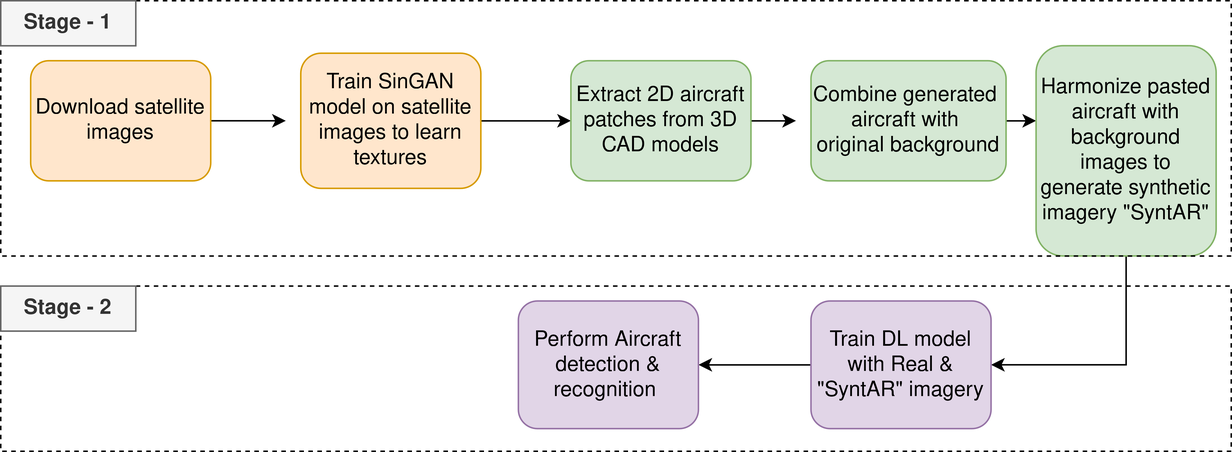
Faryalaurooj/Super-Resolution-using-Single-Image-GAN keeps this draw.io diagram as flowdiagram synthetic updated3.png. Above is the earlier version. Source tidied: cells renumbered, new cells last; positions are measured from the earlier drawing's top-left corner, leaving out a move shared by most shapes. Its diagram source:
```xml
<mxGraphModel>
  <root>
    <mxCell id="0" />
    <mxCell id="1" parent="0" />
    <mxCell id="2" style="group;" parent="1" vertex="1">
      <mxGeometry width="820" height="300" as="geometry" />
    </mxCell>
    <mxCell id="3" style="edgeStyle=orthogonalEdgeStyle;rounded=0;jettySize=auto;html=1;exitX=1;exitY=0.5;exitDx=0;exitDy=0;" parent="2" edge="1" source="4">
      <mxGeometry relative="1" as="geometry">
        <mxPoint x="190" y="80" as="targetPoint" />
      </mxGeometry>
    </mxCell>
    <mxCell id="4" value="&lt;font style=&quot;font-size: 14px;&quot;&gt;Download satellite images &lt;/font&gt;" style="rounded=1;whiteSpace=wrap;html=1;fillColor=#ffe6cc;strokeColor=#d79b00;" parent="2" vertex="1">
      <mxGeometry x="20" y="40" width="120" height="80" as="geometry" />
    </mxCell>
    <mxCell id="5" style="edgeStyle=orthogonalEdgeStyle;rounded=0;jettySize=auto;html=1;exitX=1;exitY=0.5;exitDx=0;exitDy=0;entryX=0;entryY=0.5;entryDx=0;entryDy=0;" parent="2" edge="1" source="6" target="8">
      <mxGeometry relative="1" as="geometry" />
    </mxCell>
    <mxCell id="6" value="&lt;font style=&quot;font-size: 14px;&quot;&gt;Train SinGAN model on satellite images to learn textures&lt;/font&gt;" style="rounded=1;whiteSpace=wrap;html=1;fillColor=#ffe6cc;strokeColor=#d79b00;" parent="2" vertex="1">
      <mxGeometry x="200" y="35" width="120" height="90" as="geometry" />
    </mxCell>
    <mxCell id="7" style="edgeStyle=orthogonalEdgeStyle;rounded=0;jettySize=auto;html=1;exitX=1;exitY=0.5;exitDx=0;exitDy=0;" parent="2" edge="1" source="8">
      <mxGeometry relative="1" as="geometry">
        <mxPoint x="530" y="80" as="targetPoint" />
        <Array as="points">
          <mxPoint x="530" y="80" />
          <mxPoint x="530" y="80" />
        </Array>
      </mxGeometry>
    </mxCell>
    <mxCell id="8" value="&lt;font style=&quot;font-size: 14px;&quot;&gt;Extract 2D aircraft patches from 3D CAD models &lt;/font&gt;" style="rounded=1;whiteSpace=wrap;html=1;fillColor=#d5e8d4;strokeColor=#82b366;" parent="2" vertex="1">
      <mxGeometry x="380" y="40" width="120" height="80" as="geometry" />
    </mxCell>
    <mxCell id="9" style="edgeStyle=orthogonalEdgeStyle;rounded=0;jettySize=auto;html=1;exitX=1;exitY=0.5;exitDx=0;exitDy=0;" parent="2" edge="1" source="10">
      <mxGeometry relative="1" as="geometry">
        <mxPoint x="690" y="80" as="targetPoint" />
      </mxGeometry>
    </mxCell>
    <mxCell id="10" value="&lt;div&gt;&lt;font style=&quot;font-size: 14px;&quot;&gt;Combine generated&amp;nbsp;&lt;/font&gt;&lt;/div&gt;&lt;div&gt;&lt;font style=&quot;font-size: 14px;&quot;&gt;aircraft with&amp;nbsp; &lt;br&gt;&lt;/font&gt;&lt;/div&gt;&lt;div&gt;&lt;font style=&quot;font-size: 14px;&quot;&gt;original background&lt;/font&gt;&lt;/div&gt;" style="rounded=1;whiteSpace=wrap;html=1;fillColor=#d5e8d4;strokeColor=#82b366;" parent="2" vertex="1">
      <mxGeometry x="540" y="40" width="130" height="80" as="geometry" />
    </mxCell>
    <mxCell id="11" style="edgeStyle=orthogonalEdgeStyle;rounded=0;jettySize=auto;html=1;exitX=0.5;exitY=1;exitDx=0;exitDy=0;entryX=1;entryY=0.5;entryDx=0;entryDy=0;" parent="2" edge="1" source="12" target="14">
      <mxGeometry relative="1" as="geometry" />
    </mxCell>
    <mxCell id="12" value="&lt;font style=&quot;font-size: 14px;&quot;&gt;Harmonize pasted aircraft with&lt;br&gt;background images to generate synthetic imagery &quot;SyntAR&quot;&lt;/font&gt;" style="rounded=1;whiteSpace=wrap;html=1;fillColor=#d5e8d4;strokeColor=#82b366;" parent="2" vertex="1">
      <mxGeometry x="690" y="30" width="120" height="140" as="geometry" />
    </mxCell>
    <mxCell id="13" style="edgeStyle=orthogonalEdgeStyle;rounded=0;jettySize=auto;html=1;exitX=0;exitY=0.5;exitDx=0;exitDy=0;entryX=1;entryY=0.5;entryDx=0;entryDy=0;" parent="2" edge="1" source="14" target="15">
      <mxGeometry relative="1" as="geometry" />
    </mxCell>
    <mxCell id="14" value="&lt;font style=&quot;font-size: 14px;&quot;&gt;Train DL model with Real &amp;amp; &quot;SyntAR&quot; imagery &lt;br&gt;&lt;/font&gt;" style="rounded=1;whiteSpace=wrap;html=1;fillColor=#e1d5e7;strokeColor=#9673a6;" parent="2" vertex="1">
      <mxGeometry x="540" y="200" width="120" height="85" as="geometry" />
    </mxCell>
    <mxCell id="15" value="&lt;font style=&quot;font-size: 14px;&quot;&gt;Perform Aircraft detection &amp;amp; recognition&amp;nbsp; &lt;/font&gt;" style="rounded=1;whiteSpace=wrap;html=1;fillColor=#e1d5e7;strokeColor=#9673a6;" parent="2" vertex="1">
      <mxGeometry x="345" y="200" width="120" height="85" as="geometry" />
    </mxCell>
    <mxCell id="16" style="rounded=0;whiteSpace=wrap;html=1;strokeColor=default;dashed=1;fillColor=none;" parent="2" vertex="1">
      <mxGeometry width="820" height="170" as="geometry" />
    </mxCell>
    <mxCell id="17" style="rounded=0;whiteSpace=wrap;html=1;strokeColor=default;dashed=1;fillColor=none;" parent="2" vertex="1">
      <mxGeometry y="190" width="820" height="110" as="geometry" />
    </mxCell>
    <mxCell id="18" value="&lt;b&gt;&lt;font style=&quot;font-size: 14px;&quot;&gt;Stage - 1&lt;/font&gt;&lt;/b&gt;" style="text;html=1;align=center;verticalAlign=middle;whiteSpace=wrap;rounded=0;fillColor=#f5f5f5;fontColor=#333333;strokeColor=#666666;" parent="2" vertex="1">
      <mxGeometry width="90" height="30" as="geometry" />
    </mxCell>
    <mxCell id="19" value="&lt;b&gt;&lt;font style=&quot;font-size: 14px;&quot;&gt;Stage - 2&lt;br&gt;&lt;/font&gt;&lt;/b&gt;" style="text;html=1;align=center;verticalAlign=middle;whiteSpace=wrap;rounded=0;fillColor=#f5f5f5;fontColor=#333333;strokeColor=#666666;" parent="2" vertex="1">
      <mxGeometry y="190" width="90" height="30" as="geometry" />
    </mxCell>
  </root>
</mxGraphModel>
```
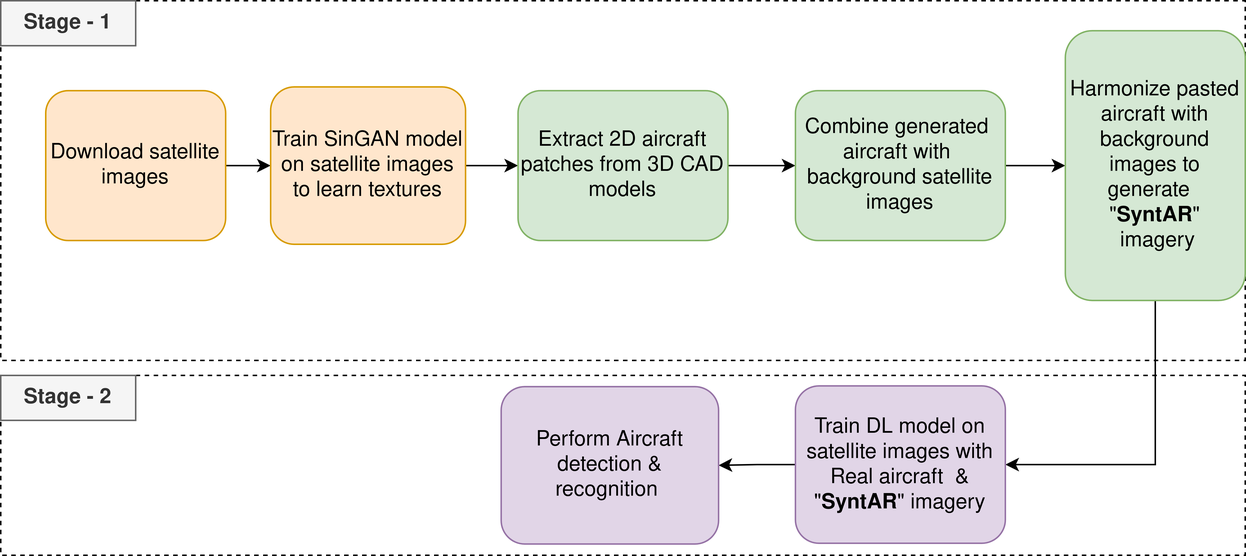
Above is the later version.

Diff of the diagram source:
```diff
@@ -3,68 +3,58 @@
     <mxCell id="0" />
     <mxCell id="1" parent="0" />
     <mxCell id="2" style="group;" parent="1" vertex="1">
-      <mxGeometry width="820" height="300" as="geometry" />
+      <mxGeometry width="830" height="370" as="geometry" />
     </mxCell>
-    <mxCell id="3" style="edgeStyle=orthogonalEdgeStyle;rounded=0;jettySize=auto;html=1;exitX=1;exitY=0.5;exitDx=0;exitDy=0;" parent="2" edge="1" source="4">
-      <mxGeometry relative="1" as="geometry">
-        <mxPoint x="190" y="80" as="targetPoint" />
-      </mxGeometry>
+    <mxCell id="3" style="rounded=0;whiteSpace=wrap;html=1;strokeColor=default;dashed=1;fillColor=none;" parent="2" vertex="1">
+      <mxGeometry width="830" height="240" as="geometry" />
     </mxCell>
-    <mxCell id="4" value="&lt;font style=&quot;font-size: 14px;&quot;&gt;Download satellite images &lt;/font&gt;" style="rounded=1;whiteSpace=wrap;html=1;fillColor=#ffe6cc;strokeColor=#d79b00;" parent="2" vertex="1">
-      <mxGeometry x="20" y="40" width="120" height="80" as="geometry" />
+    <mxCell id="4" style="rounded=0;whiteSpace=wrap;html=1;strokeColor=default;dashed=1;fillColor=none;" parent="2" vertex="1">
+      <mxGeometry y="250" width="830" height="120" as="geometry" />
     </mxCell>
     <mxCell id="5" style="edgeStyle=orthogonalEdgeStyle;rounded=0;jettySize=auto;html=1;exitX=1;exitY=0.5;exitDx=0;exitDy=0;entryX=0;entryY=0.5;entryDx=0;entryDy=0;" parent="2" edge="1" source="6" target="8">
       <mxGeometry relative="1" as="geometry" />
     </mxCell>
-    <mxCell id="6" value="&lt;font style=&quot;font-size: 14px;&quot;&gt;Train SinGAN model on satellite images to learn textures&lt;/font&gt;" style="rounded=1;whiteSpace=wrap;html=1;fillColor=#ffe6cc;strokeColor=#d79b00;" parent="2" vertex="1">
-      <mxGeometry x="200" y="35" width="120" height="90" as="geometry" />
+    <mxCell id="6" value="&lt;font style=&quot;font-size: 14px;&quot;&gt;Download satellite images &lt;/font&gt;" style="rounded=1;whiteSpace=wrap;html=1;fillColor=#ffe6cc;strokeColor=#d79b00;" parent="2" vertex="1">
+      <mxGeometry x="30" y="60" width="120" height="100" as="geometry" />
     </mxCell>
-    <mxCell id="7" style="edgeStyle=orthogonalEdgeStyle;rounded=0;jettySize=auto;html=1;exitX=1;exitY=0.5;exitDx=0;exitDy=0;" parent="2" edge="1" source="8">
-      <mxGeometry relative="1" as="geometry">
-        <mxPoint x="530" y="80" as="targetPoint" />
-        <Array as="points">
-          <mxPoint x="530" y="80" />
-          <mxPoint x="530" y="80" />
-        </Array>
-      </mxGeometry>
+    <mxCell id="7" style="edgeStyle=orthogonalEdgeStyle;rounded=0;jettySize=auto;html=1;exitX=1;exitY=0.5;exitDx=0;exitDy=0;entryX=0;entryY=0.5;entryDx=0;entryDy=0;" parent="2" edge="1" source="8" target="10">
+      <mxGeometry relative="1" as="geometry" />
     </mxCell>
-    <mxCell id="8" value="&lt;font style=&quot;font-size: 14px;&quot;&gt;Extract 2D aircraft patches from 3D CAD models &lt;/font&gt;" style="rounded=1;whiteSpace=wrap;html=1;fillColor=#d5e8d4;strokeColor=#82b366;" parent="2" vertex="1">
-      <mxGeometry x="380" y="40" width="120" height="80" as="geometry" />
+    <mxCell id="8" value="&lt;font style=&quot;font-size: 14px;&quot;&gt;Train SinGAN model on satellite images to learn textures&lt;/font&gt;" style="rounded=1;whiteSpace=wrap;html=1;fillColor=#ffe6cc;strokeColor=#d79b00;" parent="2" vertex="1">
+      <mxGeometry x="180" y="57.5" width="130" height="105" as="geometry" />
     </mxCell>
-    <mxCell id="9" style="edgeStyle=orthogonalEdgeStyle;rounded=0;jettySize=auto;html=1;exitX=1;exitY=0.5;exitDx=0;exitDy=0;" parent="2" edge="1" source="10">
-      <mxGeometry relative="1" as="geometry">
-        <mxPoint x="690" y="80" as="targetPoint" />
-      </mxGeometry>
+    <mxCell id="9" style="edgeStyle=orthogonalEdgeStyle;rounded=0;jettySize=auto;html=1;" parent="2" edge="1" source="10" target="12">
+      <mxGeometry relative="1" as="geometry" />
     </mxCell>
-    <mxCell id="10" value="&lt;div&gt;&lt;font style=&quot;font-size: 14px;&quot;&gt;Combine generated&amp;nbsp;&lt;/font&gt;&lt;/div&gt;&lt;div&gt;&lt;font style=&quot;font-size: 14px;&quot;&gt;aircraft with&amp;nbsp; &lt;br&gt;&lt;/font&gt;&lt;/div&gt;&lt;div&gt;&lt;font style=&quot;font-size: 14px;&quot;&gt;original background&lt;/font&gt;&lt;/div&gt;" style="rounded=1;whiteSpace=wrap;html=1;fillColor=#d5e8d4;strokeColor=#82b366;" parent="2" vertex="1">
-      <mxGeometry x="540" y="40" width="130" height="80" as="geometry" />
+    <mxCell id="10" value="&lt;font style=&quot;font-size: 14px;&quot;&gt;Extract 2D aircraft patches from 3D CAD models &lt;/font&gt;" style="rounded=1;whiteSpace=wrap;html=1;fillColor=#d5e8d4;strokeColor=#82b366;" parent="2" vertex="1">
+      <mxGeometry x="345" y="60" width="140" height="100" as="geometry" />
     </mxCell>
-    <mxCell id="11" style="edgeStyle=orthogonalEdgeStyle;rounded=0;jettySize=auto;html=1;exitX=0.5;exitY=1;exitDx=0;exitDy=0;entryX=1;entryY=0.5;entryDx=0;entryDy=0;" parent="2" edge="1" source="12" target="14">
+    <mxCell id="11" style="edgeStyle=orthogonalEdgeStyle;rounded=0;jettySize=auto;html=1;" parent="2" edge="1" source="12" target="14">
       <mxGeometry relative="1" as="geometry" />
     </mxCell>
-    <mxCell id="12" value="&lt;font style=&quot;font-size: 14px;&quot;&gt;Harmonize pasted aircraft with&lt;br&gt;background images to generate synthetic imagery &quot;SyntAR&quot;&lt;/font&gt;" style="rounded=1;whiteSpace=wrap;html=1;fillColor=#d5e8d4;strokeColor=#82b366;" parent="2" vertex="1">
-      <mxGeometry x="690" y="30" width="120" height="140" as="geometry" />
+    <mxCell id="12" value="&lt;div&gt;&lt;font style=&quot;font-size: 14px;&quot;&gt;Combine generated&amp;nbsp;&lt;/font&gt;&lt;/div&gt;&lt;div&gt;&lt;font style=&quot;font-size: 14px;&quot;&gt;aircraft with&amp;nbsp; &lt;br&gt;&lt;/font&gt;&lt;/div&gt;&lt;div&gt;&lt;font style=&quot;font-size: 14px;&quot;&gt;background satellite images&lt;br&gt;&lt;/font&gt;&lt;/div&gt;" style="rounded=1;whiteSpace=wrap;html=1;fillColor=#d5e8d4;strokeColor=#82b366;" parent="2" vertex="1">
+      <mxGeometry x="530" y="60" width="140" height="100" as="geometry" />
     </mxCell>
-    <mxCell id="13" style="edgeStyle=orthogonalEdgeStyle;rounded=0;jettySize=auto;html=1;exitX=0;exitY=0.5;exitDx=0;exitDy=0;entryX=1;entryY=0.5;entryDx=0;entryDy=0;" parent="2" edge="1" source="14" target="15">
+    <mxCell id="13" style="edgeStyle=orthogonalEdgeStyle;rounded=0;jettySize=auto;html=1;exitX=0.5;exitY=1;exitDx=0;exitDy=0;entryX=1;entryY=0.5;entryDx=0;entryDy=0;" parent="2" edge="1" source="14" target="16">
       <mxGeometry relative="1" as="geometry" />
     </mxCell>
-    <mxCell id="14" value="&lt;font style=&quot;font-size: 14px;&quot;&gt;Train DL model with Real &amp;amp; &quot;SyntAR&quot; imagery &lt;br&gt;&lt;/font&gt;" style="rounded=1;whiteSpace=wrap;html=1;fillColor=#e1d5e7;strokeColor=#9673a6;" parent="2" vertex="1">
-      <mxGeometry x="540" y="200" width="120" height="85" as="geometry" />
+    <mxCell id="14" value="&lt;font style=&quot;font-size: 14px;&quot;&gt;Harmonize pasted aircraft with&lt;br&gt;&lt;/font&gt;&lt;div&gt;&lt;font style=&quot;font-size: 14px;&quot;&gt;background images to generate&amp;nbsp;&amp;nbsp; &quot;&lt;b&gt;SyntAR&lt;/b&gt;&quot;&lt;/font&gt;&lt;/div&gt;&lt;div&gt;&lt;font style=&quot;font-size: 14px;&quot;&gt;&amp;nbsp;&lt;/font&gt;&lt;font style=&quot;font-size: 14px;&quot;&gt;imagery&lt;/font&gt;&lt;/div&gt;" style="rounded=1;whiteSpace=wrap;html=1;fillColor=#d5e8d4;strokeColor=#82b366;" parent="2" vertex="1">
+      <mxGeometry x="710" y="20" width="120" height="180" as="geometry" />
     </mxCell>
-    <mxCell id="15" value="&lt;font style=&quot;font-size: 14px;&quot;&gt;Perform Aircraft detection &amp;amp; recognition&amp;nbsp; &lt;/font&gt;" style="rounded=1;whiteSpace=wrap;html=1;fillColor=#e1d5e7;strokeColor=#9673a6;" parent="2" vertex="1">
-      <mxGeometry x="345" y="200" width="120" height="85" as="geometry" />
+    <mxCell id="15" style="edgeStyle=orthogonalEdgeStyle;rounded=0;jettySize=auto;html=1;exitX=0;exitY=0.5;exitDx=0;exitDy=0;entryX=1;entryY=0.5;entryDx=0;entryDy=0;" parent="2" edge="1" source="16" target="17">
+      <mxGeometry relative="1" as="geometry" />
     </mxCell>
-    <mxCell id="16" style="rounded=0;whiteSpace=wrap;html=1;strokeColor=default;dashed=1;fillColor=none;" parent="2" vertex="1">
-      <mxGeometry width="820" height="170" as="geometry" />
+    <mxCell id="16" value="&lt;font style=&quot;font-size: 14px;&quot;&gt;Train DL model on satellite images with Real aircraft&amp;nbsp; &amp;amp; &quot;&lt;b&gt;SyntAR&lt;/b&gt;&quot; imagery &lt;br&gt;&lt;/font&gt;" style="rounded=1;whiteSpace=wrap;html=1;fillColor=#e1d5e7;strokeColor=#9673a6;" parent="2" vertex="1">
+      <mxGeometry x="530" y="257" width="140" height="105" as="geometry" />
     </mxCell>
-    <mxCell id="17" style="rounded=0;whiteSpace=wrap;html=1;strokeColor=default;dashed=1;fillColor=none;" parent="2" vertex="1">
-      <mxGeometry y="190" width="820" height="110" as="geometry" />
+    <mxCell id="17" value="&lt;font style=&quot;font-size: 14px;&quot;&gt;Perform Aircraft detection &amp;amp; recognition&amp;nbsp; &lt;/font&gt;" style="rounded=1;whiteSpace=wrap;html=1;fillColor=#e1d5e7;strokeColor=#9673a6;" parent="2" vertex="1">
+      <mxGeometry x="333.8" y="257.5" width="145" height="105" as="geometry" />
     </mxCell>
     <mxCell id="18" value="&lt;b&gt;&lt;font style=&quot;font-size: 14px;&quot;&gt;Stage - 1&lt;/font&gt;&lt;/b&gt;" style="text;html=1;align=center;verticalAlign=middle;whiteSpace=wrap;rounded=0;fillColor=#f5f5f5;fontColor=#333333;strokeColor=#666666;" parent="2" vertex="1">
       <mxGeometry width="90" height="30" as="geometry" />
     </mxCell>
     <mxCell id="19" value="&lt;b&gt;&lt;font style=&quot;font-size: 14px;&quot;&gt;Stage - 2&lt;br&gt;&lt;/font&gt;&lt;/b&gt;" style="text;html=1;align=center;verticalAlign=middle;whiteSpace=wrap;rounded=0;fillColor=#f5f5f5;fontColor=#333333;strokeColor=#666666;" parent="2" vertex="1">
-      <mxGeometry y="190" width="90" height="30" as="geometry" />
+      <mxGeometry y="250" width="90" height="30" as="geometry" />
     </mxCell>
   </root>
 </mxGraphModel>
```
